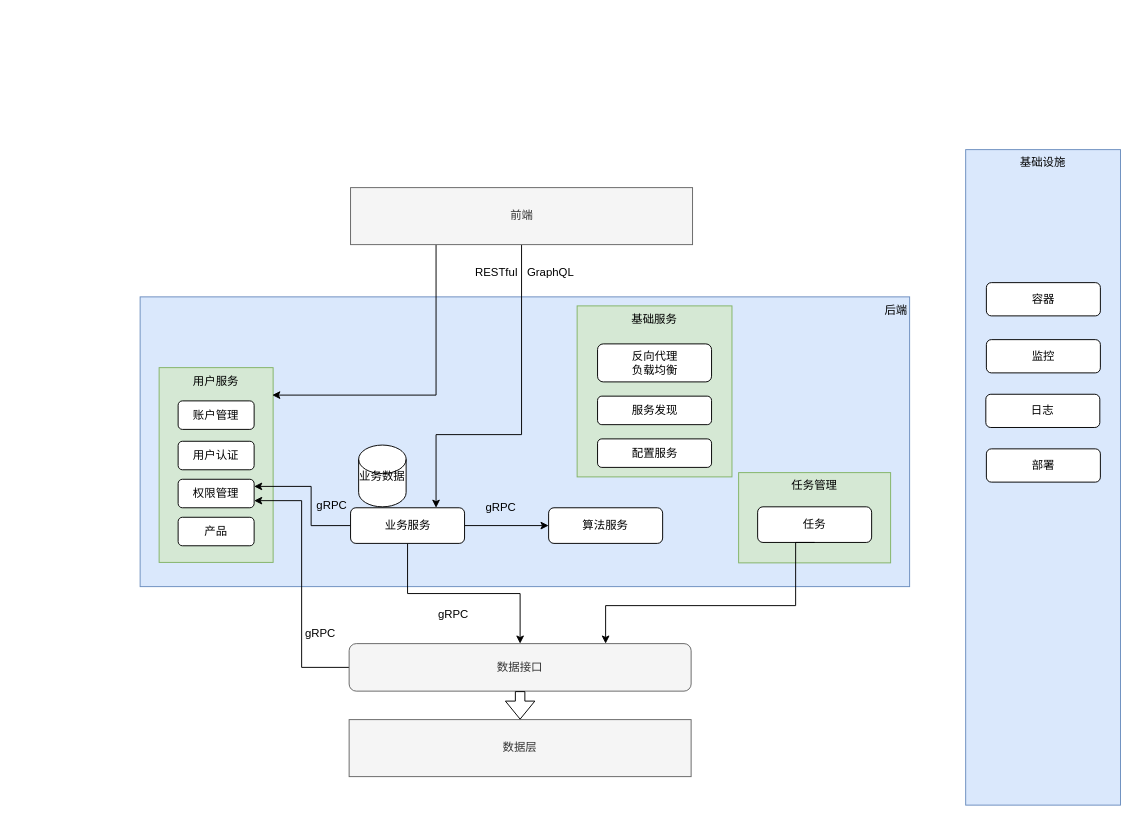
Before: ai-talents.drawio in xianghuzhao/chart, a draw.io diagram. Source tidied: cells renumbered, new cells numbered last; positions are measured from the earlier drawing's top-left corner, leaving out a move shared by most shapes. Both pictures are drawn from the tidied source at 95%, with x=0, y=0 at pixel (140, 149).
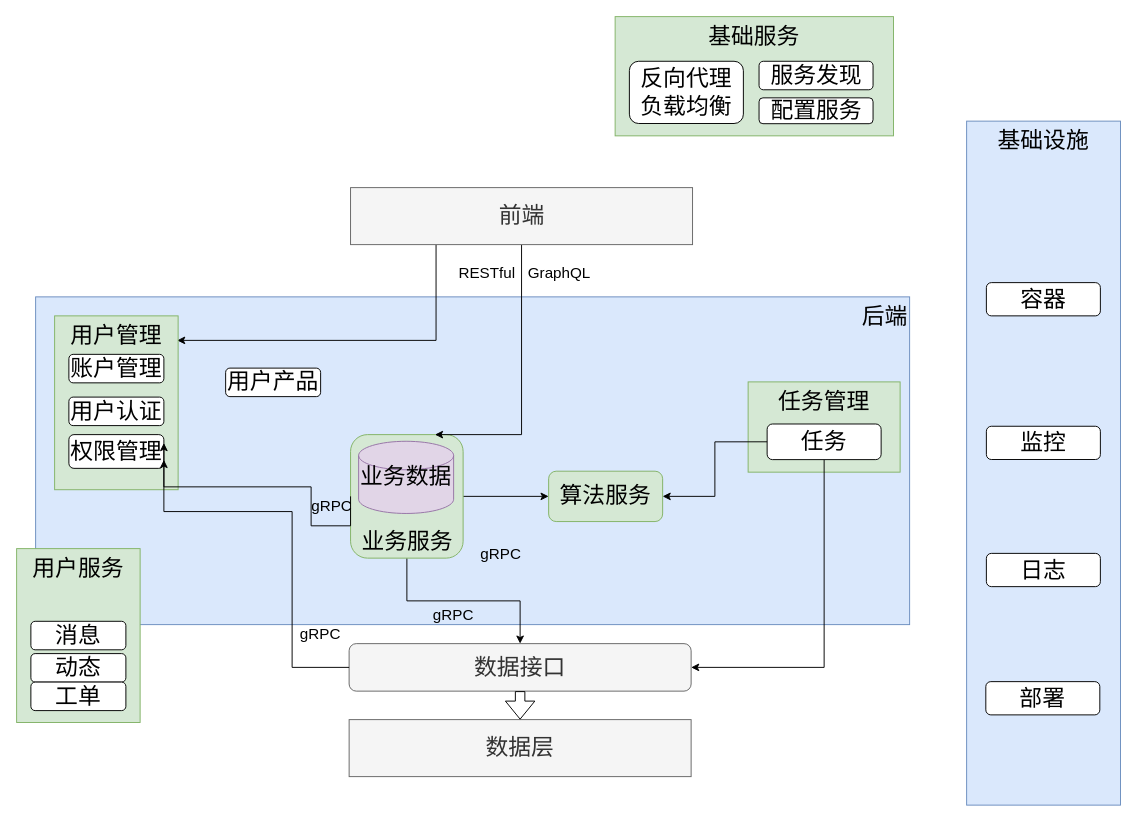
After the change.

The edit, as a diff of the source:
```diff
@@
+    <mxCell id="15" value="基础设施" style="rounded=0;whiteSpace=wrap;html=1;verticalAlign=top;fillColor=#dae8fc;strokeColor=#6c8ebf;fontSize=24;" parent="1" vertex="1">
+      <mxGeometry x="870" y="-30" width="162" height="720" as="geometry" />
+    </mxCell>
-    <mxCell id="2" value="后端" style="rounded=0;whiteSpace=wrap;html=1;align=right;verticalAlign=top;fillColor=#dae8fc;strokeColor=#6c8ebf;" parent="1" vertex="1">
-      <mxGeometry y="155" width="810" height="305" as="geometry" />
+    <mxCell id="2" value="后端" style="rounded=0;whiteSpace=wrap;html=1;align=right;verticalAlign=top;fillColor=#dae8fc;strokeColor=#6c8ebf;fontSize=24;" parent="1" vertex="1">
+      <mxGeometry x="-110" y="155" width="920" height="345" as="geometry" />
     </mxCell>
-    <mxCell id="3" value="用户服务" style="rounded=0;whiteSpace=wrap;html=1;verticalAlign=top;fillColor=#d5e8d4;strokeColor=#82b366;" parent="1" vertex="1">
-      <mxGeometry x="20" y="229.5" width="120" height="205" as="geometry" />
-    </mxCell>
-    <mxCell id="4" value="账户管理" style="rounded=1;whiteSpace=wrap;html=1;" parent="1" vertex="1">
-      <mxGeometry x="40" y="264.5" width="80" height="30" as="geometry" />
-    </mxCell>
-    <mxCell id="5" value="用户认证" style="rounded=1;whiteSpace=wrap;html=1;" parent="1" vertex="1">
-      <mxGeometry x="40" y="307" width="80" height="30" as="geometry" />
-    </mxCell>
-    <mxCell id="6" value="权限管理" style="rounded=1;whiteSpace=wrap;html=1;" parent="1" vertex="1">
-      <mxGeometry x="40" y="347" width="80" height="30" as="geometry" />
-    </mxCell>
-    <mxCell id="7" value="数据层" style="rounded=0;whiteSpace=wrap;html=1;fillColor=#f5f5f5;strokeColor=#666666;fontColor=#333333;" parent="1" vertex="1">
+    <mxCell id="7" value="数据层" style="rounded=0;whiteSpace=wrap;html=1;fillColor=#f5f5f5;strokeColor=#666666;fontColor=#333333;fontSize=24;" parent="1" vertex="1">
       <mxGeometry x="220" y="600" width="360" height="60" as="geometry" />
     </mxCell>
-    <mxCell id="8" style="edgeStyle=orthogonalEdgeStyle;rounded=0;jettySize=auto;html=1;exitX=0;exitY=0.5;exitDx=0;exitDy=0;entryX=1;entryY=0.75;entryDx=0;entryDy=0;" parent="1" edge="1" source="9" target="6">
-      <mxGeometry relative="1" as="geometry" />
-    </mxCell>
-    <mxCell id="9" value="数据接口" style="rounded=1;whiteSpace=wrap;html=1;fillColor=#f5f5f5;strokeColor=#666666;fontColor=#333333;" parent="1" vertex="1">
+    <mxCell id="9" value="数据接口" style="rounded=1;whiteSpace=wrap;html=1;fillColor=#f5f5f5;strokeColor=#666666;fontColor=#333333;fontSize=24;" parent="1" vertex="1">
       <mxGeometry x="220" y="520" width="360" height="50" as="geometry" />
     </mxCell>
-    <mxCell id="10" style="edgeStyle=orthogonalEdgeStyle;rounded=0;jettySize=auto;html=1;" parent="1" edge="1" source="13" target="14">
+    <mxCell id="10" style="edgeStyle=orthogonalEdgeStyle;rounded=0;jettySize=auto;html=1;fontSize=24;" parent="1" edge="1" source="13" target="14">
       <mxGeometry relative="1" as="geometry" />
     </mxCell>
-    <mxCell id="11" style="edgeStyle=orthogonalEdgeStyle;rounded=0;jettySize=auto;html=1;exitX=0;exitY=0.5;exitDx=0;exitDy=0;entryX=1;entryY=0.25;entryDx=0;entryDy=0;" parent="1" edge="1" source="13" target="6">
-      <mxGeometry relative="1" as="geometry">
-        <Array as="points">
-          <mxPoint x="180" y="396" />
-          <mxPoint x="180" y="355" />
-        </Array>
-      </mxGeometry>
-    </mxCell>
-    <mxCell id="12" style="edgeStyle=orthogonalEdgeStyle;rounded=0;jettySize=auto;html=1;entryX=0.5;entryY=0;entryDx=0;entryDy=0;" parent="1" edge="1" source="13" target="9">
+    <mxCell id="12" style="edgeStyle=orthogonalEdgeStyle;rounded=0;jettySize=auto;html=1;entryX=0.5;entryY=0;entryDx=0;entryDy=0;fontSize=24;" parent="1" edge="1" source="13" target="9">
       <mxGeometry relative="1" as="geometry" />
     </mxCell>
-    <mxCell id="13" value="业务服务" style="rounded=1;whiteSpace=wrap;html=1;" parent="1" vertex="1">
-      <mxGeometry x="221.5" y="377" width="120" height="37.5" as="geometry" />
+    <mxCell id="13" value="业务服务" style="rounded=1;whiteSpace=wrap;html=1;fontSize=24;verticalAlign=bottom;fillColor=#d5e8d4;strokeColor=#82b366;" parent="1" vertex="1">
+      <mxGeometry x="221.5" y="300" width="118.5" height="130" as="geometry" />
     </mxCell>
-    <mxCell id="14" value="算法服务" style="rounded=1;whiteSpace=wrap;html=1;" parent="1" vertex="1">
-      <mxGeometry x="430" y="377" width="120" height="37.5" as="geometry" />
+    <mxCell id="14" value="算法服务" style="rounded=1;whiteSpace=wrap;html=1;fontSize=24;fillColor=#d5e8d4;strokeColor=#82b366;" parent="1" vertex="1">
+      <mxGeometry x="430" y="338.5" width="120" height="53" as="geometry" />
     </mxCell>
-    <mxCell id="15" value="基础设施" style="rounded=0;whiteSpace=wrap;html=1;verticalAlign=top;fillColor=#dae8fc;strokeColor=#6c8ebf;" parent="1" vertex="1">
-      <mxGeometry x="869" width="163" height="690" as="geometry" />
-    </mxCell>
-    <mxCell id="16" value="监控" style="rounded=1;whiteSpace=wrap;html=1;" parent="1" vertex="1">
-      <mxGeometry x="890.8" y="200" width="120" height="35" as="geometry" />
+    <mxCell id="16" value="监控" style="rounded=1;whiteSpace=wrap;html=1;fontSize=24;" parent="1" vertex="1">
+      <mxGeometry x="890.8" y="291.2" width="120" height="35" as="geometry" />
     </mxCell>
-    <mxCell id="17" value="日志" style="rounded=1;whiteSpace=wrap;html=1;" parent="1" vertex="1">
-      <mxGeometry x="890.2" y="257.5" width="120" height="35" as="geometry" />
+    <mxCell id="17" value="日志" style="rounded=1;whiteSpace=wrap;html=1;fontSize=24;" parent="1" vertex="1">
+      <mxGeometry x="890.8" y="425" width="120" height="35" as="geometry" />
     </mxCell>
-    <mxCell id="18" style="shape=flexArrow;endArrow=classic;html=1;entryX=0.5;entryY=0;entryDx=0;entryDy=0;exitX=0.5;exitY=1;exitDx=0;exitDy=0;" parent="1" edge="1" source="9" target="7">
+    <mxCell id="18" style="shape=flexArrow;endArrow=classic;html=1;entryX=0.5;entryY=0;entryDx=0;entryDy=0;exitX=0.5;exitY=1;exitDx=0;exitDy=0;fontSize=24;" parent="1" edge="1" source="9" target="7">
       <mxGeometry relative="1" as="geometry" />
     </mxCell>
-    <mxCell id="19" value="部署" style="rounded=1;whiteSpace=wrap;html=1;" parent="1" vertex="1">
-      <mxGeometry x="890.8" y="315" width="120" height="35" as="geometry" />
+    <mxCell id="19" value="部署" style="rounded=1;whiteSpace=wrap;html=1;fontSize=24;" parent="1" vertex="1">
+      <mxGeometry x="890.2" y="560" width="120" height="35" as="geometry" />
     </mxCell>
-    <mxCell id="20" value="产品" style="rounded=1;whiteSpace=wrap;html=1;" parent="1" vertex="1">
-      <mxGeometry x="40" y="387" width="80" height="30" as="geometry" />
-    </mxCell>
-    <mxCell id="21" value="容器" style="rounded=1;whiteSpace=wrap;html=1;" parent="1" vertex="1">
+    <mxCell id="21" value="容器" style="rounded=1;whiteSpace=wrap;html=1;fontSize=24;" parent="1" vertex="1">
       <mxGeometry x="890.8" y="140" width="120" height="35" as="geometry" />
     </mxCell>
-    <mxCell id="22" value="业务数据" style="shape=cylinder2;whiteSpace=wrap;html=1;boundedLbl=1;backgroundOutline=1;size=15;verticalAlign=middle;" parent="1" vertex="1">
-      <mxGeometry x="230" y="311" width="50" height="65" as="geometry" />
+    <mxCell id="22" value="业务数据" style="shape=cylinder2;whiteSpace=wrap;html=1;boundedLbl=1;backgroundOutline=1;size=15;verticalAlign=middle;fontSize=24;fillColor=#e1d5e7;strokeColor=#9673a6;" parent="1" vertex="1">
+      <mxGeometry x="230" y="307" width="100" height="76" as="geometry" />
     </mxCell>
-    <mxCell id="23" style="edgeStyle=orthogonalEdgeStyle;rounded=0;jettySize=auto;html=1;entryX=0.992;entryY=0.141;entryDx=0;entryDy=0;exitX=0.25;exitY=1;exitDx=0;exitDy=0;entryPerimeter=0;" parent="1" edge="1" source="25" target="3">
+    <mxCell id="23" style="edgeStyle=orthogonalEdgeStyle;rounded=0;jettySize=auto;html=1;entryX=0.992;entryY=0.141;entryDx=0;entryDy=0;exitX=0.25;exitY=1;exitDx=0;exitDy=0;entryPerimeter=0;fontSize=24;" parent="1" edge="1" source="25" target="3">
       <mxGeometry relative="1" as="geometry" />
     </mxCell>
-    <mxCell id="24" style="edgeStyle=orthogonalEdgeStyle;rounded=0;jettySize=auto;html=1;entryX=0.75;entryY=0;entryDx=0;entryDy=0;" parent="1" edge="1" source="25" target="13">
+    <mxCell id="24" style="edgeStyle=orthogonalEdgeStyle;rounded=0;jettySize=auto;html=1;entryX=0.75;entryY=0;entryDx=0;entryDy=0;fontSize=24;" parent="1" edge="1" source="25" target="13">
       <mxGeometry relative="1" as="geometry">
         <Array as="points">
           <mxPoint x="402" y="300" />
           <mxPoint x="312" y="300" />
         </Array>
       </mxGeometry>
     </mxCell>
-    <mxCell id="25" value="前端" style="rounded=0;whiteSpace=wrap;html=1;fillColor=#f5f5f5;strokeColor=#666666;fontColor=#333333;" parent="1" vertex="1">
+    <mxCell id="25" value="前端" style="rounded=0;whiteSpace=wrap;html=1;fillColor=#f5f5f5;strokeColor=#666666;fontColor=#333333;fontSize=24;" parent="1" vertex="1">
       <mxGeometry x="221.5" y="40" width="360" height="60" as="geometry" />
     </mxCell>
-    <mxCell id="26" value="RESTful&amp;nbsp; &amp;nbsp;GraphQL" style="text;html=1;strokeColor=none;fillColor=none;align=center;verticalAlign=middle;whiteSpace=wrap;rounded=0;" parent="1" vertex="1">
-      <mxGeometry x="340" y="120" width="130" height="20" as="geometry" />
+    <mxCell id="26" value="RESTful&amp;nbsp; &amp;nbsp;GraphQL" style="text;html=1;strokeColor=none;fillColor=none;align=center;verticalAlign=middle;whiteSpace=wrap;rounded=0;fontSize=16;" parent="1" vertex="1">
+      <mxGeometry x="315" y="120" width="180" height="20" as="geometry" />
     </mxCell>
-    <mxCell id="27" value="gRPC" style="text;html=1;strokeColor=none;fillColor=none;align=center;verticalAlign=middle;whiteSpace=wrap;rounded=0;" parent="1" vertex="1">
-      <mxGeometry x="360" y="367" width="40" height="20" as="geometry" />
+    <mxCell id="27" value="gRPC" style="text;html=1;strokeColor=none;fillColor=none;align=center;verticalAlign=middle;whiteSpace=wrap;rounded=0;fontSize=16;" parent="1" vertex="1">
+      <mxGeometry x="360" y="414.5" width="40" height="20" as="geometry" />
     </mxCell>
-    <mxCell id="28" value="gRPC" style="text;html=1;strokeColor=none;fillColor=none;align=center;verticalAlign=middle;whiteSpace=wrap;rounded=0;" parent="1" vertex="1">
+    <mxCell id="28" value="gRPC" style="text;html=1;strokeColor=none;fillColor=none;align=center;verticalAlign=middle;whiteSpace=wrap;rounded=0;fontSize=16;" parent="1" vertex="1">
       <mxGeometry x="310" y="480" width="40" height="20" as="geometry" />
     </mxCell>
-    <mxCell id="29" value="gRPC" style="text;html=1;strokeColor=none;fillColor=none;align=center;verticalAlign=middle;whiteSpace=wrap;rounded=0;" parent="1" vertex="1">
+    <mxCell id="29" value="gRPC" style="text;html=1;strokeColor=none;fillColor=none;align=center;verticalAlign=middle;whiteSpace=wrap;rounded=0;fontSize=16;" parent="1" vertex="1">
       <mxGeometry x="181.5" y="364.5" width="40" height="20" as="geometry" />
     </mxCell>
-    <mxCell id="30" value="gRPC" style="text;html=1;strokeColor=none;fillColor=none;align=center;verticalAlign=middle;whiteSpace=wrap;rounded=0;" parent="1" vertex="1">
+    <mxCell id="30" value="gRPC" style="text;html=1;strokeColor=none;fillColor=none;align=center;verticalAlign=middle;whiteSpace=wrap;rounded=0;fontSize=16;" parent="1" vertex="1">
       <mxGeometry x="170" y="500" width="40" height="20" as="geometry" />
     </mxCell>
-    <mxCell id="31" value="任务管理" style="rounded=0;whiteSpace=wrap;html=1;verticalAlign=top;fillColor=#d5e8d4;strokeColor=#82b366;" parent="1" vertex="1">
-      <mxGeometry x="630" y="340" width="160" height="95" as="geometry" />
+    <mxCell id="31" value="任务管理" style="rounded=0;whiteSpace=wrap;html=1;verticalAlign=top;fillColor=#d5e8d4;strokeColor=#82b366;fontSize=24;" parent="1" vertex="1">
+      <mxGeometry x="640" y="244.5" width="160" height="95" as="geometry" />
     </mxCell>
+    <mxCell id="33" style="edgeStyle=orthogonalEdgeStyle;rounded=0;jettySize=auto;html=1;exitX=0.5;exitY=1;exitDx=0;exitDy=0;entryX=1;entryY=0.5;entryDx=0;entryDy=0;fontSize=16;" parent="1" edge="1" source="32" target="9">
+      <mxGeometry relative="1" as="geometry" />
+    </mxCell>
-    <mxCell id="32" value="任务" style="rounded=1;whiteSpace=wrap;html=1;" parent="1" vertex="1">
-      <mxGeometry x="650" y="376" width="120" height="37.5" as="geometry" />
+    <mxCell id="32" value="任务" style="rounded=1;whiteSpace=wrap;html=1;fontSize=24;" parent="1" vertex="1">
+      <mxGeometry x="660" y="288.8" width="120" height="37.5" as="geometry" />
     </mxCell>
-    <mxCell id="33" style="edgeStyle=orthogonalEdgeStyle;rounded=0;jettySize=auto;html=1;entryX=0.75;entryY=0;entryDx=0;entryDy=0;exitX=0.5;exitY=1;exitDx=0;exitDy=0;" parent="1" edge="1" source="32" target="9">
-      <mxGeometry relative="1" as="geometry">
-        <Array as="points">
-          <mxPoint x="690" y="480" />
-          <mxPoint x="490" y="480" />
-        </Array>
-      </mxGeometry>
-    </mxCell>
+    <mxCell id="39" style="group;" parent="1" vertex="1">
+      <mxGeometry x="-90" y="175" width="130" height="183" as="geometry" />
+    </mxCell>
+    <mxCell id="3" value="用户管理" style="rounded=0;whiteSpace=wrap;html=1;verticalAlign=top;fillColor=#d5e8d4;strokeColor=#82b366;fontSize=24;" parent="39" vertex="1">
+      <mxGeometry width="130" height="183" as="geometry" />
+    </mxCell>
+    <mxCell id="4" value="账户管理" style="rounded=1;whiteSpace=wrap;html=1;fontSize=24;" parent="39" vertex="1">
+      <mxGeometry x="15" y="40.5" width="100" height="30" as="geometry" />
+    </mxCell>
+    <mxCell id="5" value="用户认证" style="rounded=1;whiteSpace=wrap;html=1;fontSize=24;" parent="39" vertex="1">
+      <mxGeometry x="15" y="85.5" width="100" height="30" as="geometry" />
+    </mxCell>
+    <mxCell id="6" value="权限管理" style="rounded=1;whiteSpace=wrap;html=1;fontSize=24;" parent="39" vertex="1">
+      <mxGeometry x="15" y="125" width="100" height="35.5" as="geometry" />
+    </mxCell>
-    <mxCell id="34" style="edgeStyle=orthogonalEdgeStyle;rounded=0;orthogonalLoop=1;jettySize=auto;html=1;exitX=0.5;exitY=1;exitDx=0;exitDy=0;" parent="1" edge="1" source="3" target="3">
+    <mxCell id="34" style="edgeStyle=orthogonalEdgeStyle;rounded=0;orthogonalLoop=1;jettySize=auto;html=1;exitX=0.5;exitY=1;exitDx=0;exitDy=0;fontSize=24;" parent="39" edge="1" source="3" target="3">
       <mxGeometry relative="1" as="geometry" />
     </mxCell>
+    <mxCell id="40" style="group;" parent="1" vertex="1">
+      <mxGeometry x="-130" y="420" width="130" height="183" as="geometry" />
+    </mxCell>
+    <mxCell id="41" value="用户服务" style="rounded=0;whiteSpace=wrap;html=1;verticalAlign=top;fillColor=#d5e8d4;strokeColor=#82b366;fontSize=24;" parent="40" vertex="1">
+      <mxGeometry width="130" height="183" as="geometry" />
+    </mxCell>
+    <mxCell id="42" value="消息" style="rounded=1;whiteSpace=wrap;html=1;fontSize=24;" parent="40" vertex="1">
+      <mxGeometry x="15" y="76.5" width="100" height="30" as="geometry" />
+    </mxCell>
+    <mxCell id="43" value="动态" style="rounded=1;whiteSpace=wrap;html=1;fontSize=24;" parent="40" vertex="1">
+      <mxGeometry x="15" y="110.5" width="100" height="30" as="geometry" />
+    </mxCell>
+    <mxCell id="44" value="工单" style="rounded=1;whiteSpace=wrap;html=1;fontSize=24;" parent="40" vertex="1">
+      <mxGeometry x="15" y="140.5" width="100" height="30" as="geometry" />
+    </mxCell>
+    <mxCell id="11" style="edgeStyle=orthogonalEdgeStyle;rounded=0;jettySize=auto;html=1;exitX=0;exitY=0.5;exitDx=0;exitDy=0;entryX=1;entryY=0.25;entryDx=0;entryDy=0;fontSize=24;" parent="1" edge="1" source="13" target="6">
+      <mxGeometry relative="1" as="geometry">
+        <Array as="points">
+          <mxPoint x="180" y="396" />
+          <mxPoint x="180" y="355" />
+        </Array>
+      </mxGeometry>
+    </mxCell>
+    <mxCell id="8" style="edgeStyle=orthogonalEdgeStyle;rounded=0;jettySize=auto;html=1;exitX=0;exitY=0.5;exitDx=0;exitDy=0;entryX=1;entryY=0.75;entryDx=0;entryDy=0;fontSize=24;" parent="1" edge="1" source="9" target="6">
+      <mxGeometry relative="1" as="geometry">
+        <Array as="points">
+          <mxPoint x="160" y="545" />
+          <mxPoint x="160" y="381" />
+        </Array>
+      </mxGeometry>
+    </mxCell>
+    <mxCell id="45" style="group;" parent="1" vertex="1">
+      <mxGeometry x="500" y="-140" width="293" height="125.5" as="geometry" />
+    </mxCell>
-    <mxCell id="35" value="基础服务" style="rounded=0;whiteSpace=wrap;html=1;verticalAlign=top;fillColor=#d5e8d4;strokeColor=#82b366;" parent="1" vertex="1">
-      <mxGeometry x="460" y="164.5" width="163" height="180" as="geometry" />
+    <mxCell id="35" value="基础服务" style="rounded=0;whiteSpace=wrap;html=1;verticalAlign=top;fillColor=#d5e8d4;strokeColor=#82b366;fontSize=24;" parent="45" vertex="1">
+      <mxGeometry width="293" height="125.5" as="geometry" />
     </mxCell>
-    <mxCell id="36" value="反向代理&lt;br&gt;负载均衡" style="rounded=1;whiteSpace=wrap;html=1;" parent="1" vertex="1">
-      <mxGeometry x="481.5" y="204.5" width="120" height="40" as="geometry" />
+    <mxCell id="36" value="反向代理&lt;br style=&quot;font-size: 24px;&quot;&gt;负载均衡" style="rounded=1;whiteSpace=wrap;html=1;fontSize=24;" parent="45" vertex="1">
+      <mxGeometry x="15" y="47" width="120" height="65.5" as="geometry" />
     </mxCell>
-    <mxCell id="37" value="配置服务" style="rounded=1;whiteSpace=wrap;html=1;" parent="1" vertex="1">
-      <mxGeometry x="481.5" y="304.5" width="120" height="30" as="geometry" />
+    <mxCell id="37" value="配置服务" style="rounded=1;whiteSpace=wrap;html=1;fontSize=24;" parent="45" vertex="1">
+      <mxGeometry x="151.5" y="85.5" width="120" height="27.2" as="geometry" />
     </mxCell>
-    <mxCell id="38" value="服务发现" style="rounded=1;whiteSpace=wrap;html=1;" parent="1" vertex="1">
-      <mxGeometry x="481.5" y="259.5" width="120" height="30" as="geometry" />
+    <mxCell id="38" value="服务发现" style="rounded=1;whiteSpace=wrap;html=1;fontSize=24;" parent="45" vertex="1">
+      <mxGeometry x="151.5" y="47" width="120" height="30" as="geometry" />
     </mxCell>
+    <mxCell id="46" style="edgeStyle=orthogonalEdgeStyle;rounded=0;jettySize=auto;html=1;exitX=0;exitY=0.5;exitDx=0;exitDy=0;entryX=1;entryY=0.5;entryDx=0;entryDy=0;fontSize=16;" parent="1" edge="1" source="32" target="14">
+      <mxGeometry relative="1" as="geometry" />
+    </mxCell>
+    <mxCell id="20" value="用户产品" style="rounded=1;whiteSpace=wrap;html=1;fontSize=24;" parent="1" vertex="1">
+      <mxGeometry x="90" y="230" width="100" height="30" as="geometry" />
+    </mxCell>
```
